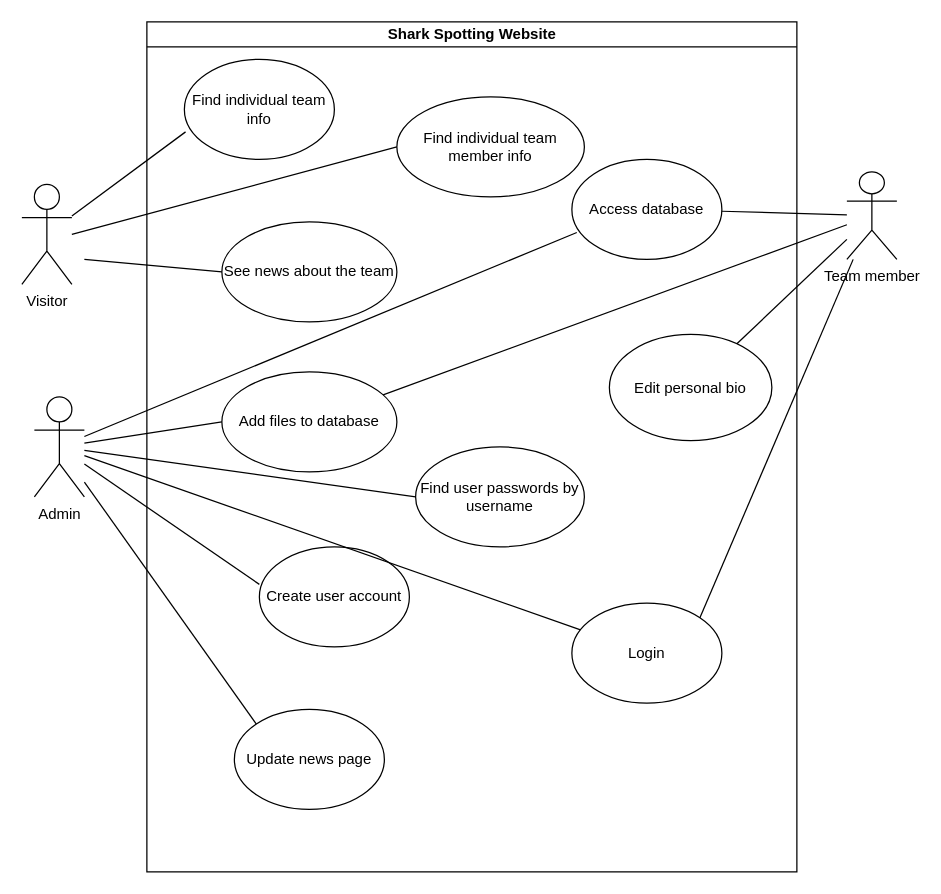
Earlier version of the draw.io diagram draw_files/Untitled Diagram.drawio (MariRosenwald/SharkSpottingWebsite). Source tidied: cells renumbered, new cells numbered last; positions are measured from the earlier drawing's top-left corner, leaving out a move shared by most shapes. Both pictures are drawn from the tidied source at 125%, with x=0, y=0 at pixel (21, 21).
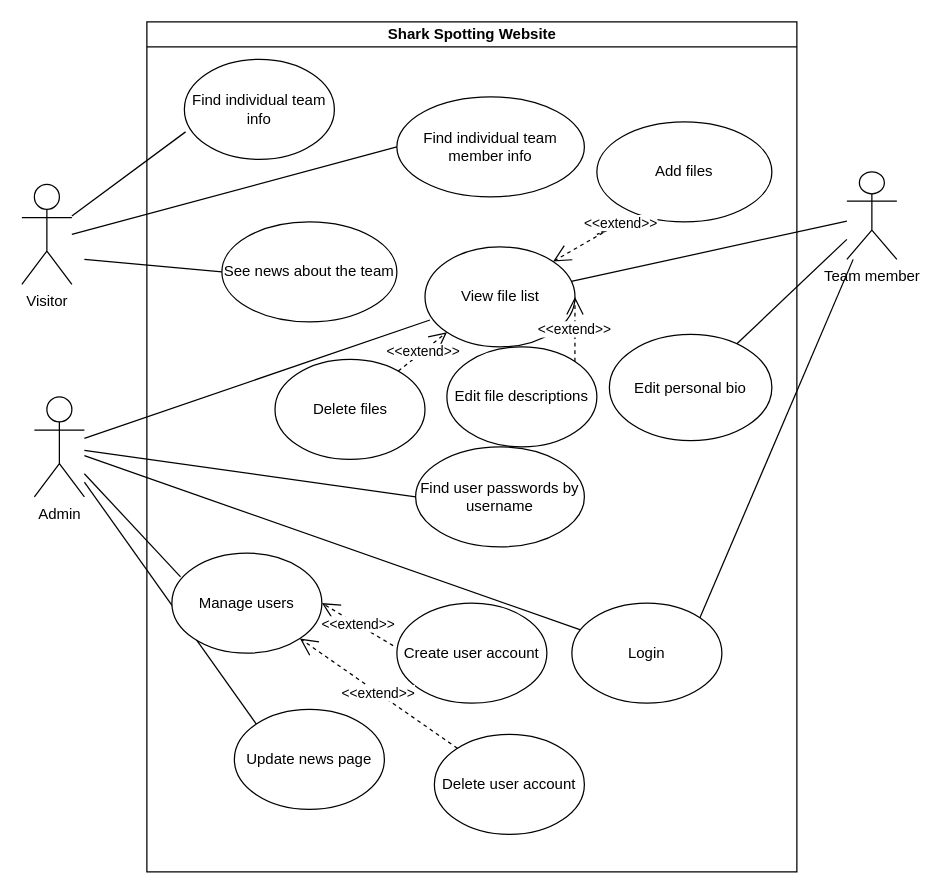
The same diagram, later.

Unchanged cells that the change refers to:
```xml
<mxCell id="2" value="Shark Spotting Website" style="swimlane;html=1;startSize=20;horizontal=1;containerType=tree;glass=0;" parent="1" vertex="1">
  <mxGeometry x="100" width="520" height="680" as="geometry" />
</mxCell>
<mxCell id="14" value="Admin" style="shape=umlActor;verticalLabelPosition=bottom;verticalAlign=top;html=1;outlineConnect=0;" parent="1" vertex="1">
  <mxGeometry x="10" y="300" width="40" height="80" as="geometry" />
</mxCell>
<mxCell id="18" value="Team member" style="shape=umlActor;verticalLabelPosition=bottom;verticalAlign=top;html=1;outlineConnect=0;" parent="1" vertex="1">
  <mxGeometry x="660" y="120" width="40" height="70" as="geometry" />
</mxCell>
```

The edit, as a diff of the source:
```diff
@@
-    <mxCell id="5" value="Add files to database" style="ellipse;whiteSpace=wrap;html=1;" parent="2" vertex="1">
-      <mxGeometry x="60" y="280" width="140" height="80" as="geometry" />
+    <mxCell id="5" value="Add files" style="ellipse;whiteSpace=wrap;html=1;" parent="2" vertex="1">
+      <mxGeometry x="360" y="80" width="140" height="80" as="geometry" />
     </mxCell>
     <mxCell id="6" value="Create user account" style="ellipse;whiteSpace=wrap;html=1;" parent="2" vertex="1">
-      <mxGeometry x="90" y="420" width="120" height="80" as="geometry" />
+      <mxGeometry x="200" y="465" width="120" height="80" as="geometry" />
     </mxCell>
@@
-    <mxCell id="8" value="Access database" style="ellipse;whiteSpace=wrap;html=1;" parent="2" vertex="1">
-      <mxGeometry x="340" y="110" width="120" height="80" as="geometry" />
+    <mxCell id="8" value="View file list" style="ellipse;whiteSpace=wrap;html=1;" parent="2" vertex="1">
+      <mxGeometry x="222.5" y="180" width="120" height="80" as="geometry" />
     </mxCell>
@@
+    <mxCell id="29" value="&amp;lt;&amp;lt;extend&amp;gt;&amp;gt;" style="endArrow=open;endSize=12;dashed=1;html=1;rounded=0;entryX=1;entryY=0;entryDx=0;entryDy=0;exitX=0.257;exitY=0.963;exitDx=0;exitDy=0;exitPerimeter=0;" parent="2" edge="1" source="5" target="8">
+      <mxGeometry relative="1" as="geometry">
+        <Array as="points">
+          <mxPoint x="360" y="170" />
+          <mxPoint x="380" y="160" />
+        </Array>
+      </mxGeometry>
+    </mxCell>
+    <mxCell id="30" value="Delete user account" style="ellipse;whiteSpace=wrap;html=1;" parent="2" vertex="1">
+      <mxGeometry x="230" y="570" width="120" height="80" as="geometry" />
+    </mxCell>
+    <mxCell id="31" value="Delete files" style="ellipse;whiteSpace=wrap;html=1;" parent="2" vertex="1">
+      <mxGeometry x="102.5" y="270" width="120" height="80" as="geometry" />
+    </mxCell>
+    <mxCell id="32" value="Edit file descriptions" style="ellipse;whiteSpace=wrap;html=1;" parent="2" vertex="1">
+      <mxGeometry x="240" y="260" width="120" height="80" as="geometry" />
+    </mxCell>
+    <mxCell id="33" value="&amp;lt;&amp;lt;extend&amp;gt;&amp;gt;" style="endArrow=open;endSize=12;dashed=1;html=1;rounded=0;entryX=0;entryY=1;entryDx=0;entryDy=0;" parent="2" edge="1" source="31" target="8">
+      <mxGeometry relative="1" as="geometry" />
+    </mxCell>
+    <mxCell id="34" value="&amp;lt;&amp;lt;extend&amp;gt;&amp;gt;" style="endArrow=open;endSize=12;dashed=1;html=1;rounded=0;exitX=1;exitY=0;exitDx=0;exitDy=0;entryX=1;entryY=0.5;entryDx=0;entryDy=0;" parent="2" edge="1" source="32" target="8">
+      <mxGeometry relative="1" as="geometry" />
+    </mxCell>
@@
-    <mxCell id="17" style="endArrow=none;html=1;rounded=0;entryX=0;entryY=0.5;entryDx=0;entryDy=0;" parent="1" edge="1" source="14" target="5">
-      <mxGeometry relative="1" as="geometry" />
-    </mxCell>
@@
-    <mxCell id="19" style="endArrow=none;html=1;rounded=0;exitX=0;exitY=0.375;exitDx=0;exitDy=0;exitPerimeter=0;" parent="1" edge="1" source="6" target="14">
-      <mxGeometry relative="1" as="geometry" />
-    </mxCell>
@@
-    <mxCell id="24" style="endArrow=none;html=1;rounded=0;" parent="1" edge="1" source="5" target="18">
-      <mxGeometry relative="1" as="geometry" />
-    </mxCell>
@@
+    <mxCell id="35" value="Manage users" style="ellipse;whiteSpace=wrap;html=1;" parent="1" vertex="1">
+      <mxGeometry x="120" y="425" width="120" height="80" as="geometry" />
+    </mxCell>
+    <mxCell id="36" style="endArrow=none;html=1;rounded=0;entryX=0.058;entryY=0.238;entryDx=0;entryDy=0;entryPerimeter=0;" parent="1" edge="1" source="14" target="35">
+      <mxGeometry relative="1" as="geometry" />
+    </mxCell>
+    <mxCell id="37" value="&amp;lt;&amp;lt;extend&amp;gt;&amp;gt;" style="endArrow=open;endSize=12;dashed=1;html=1;rounded=0;entryX=1;entryY=1;entryDx=0;entryDy=0;" parent="1" edge="1" source="30" target="35">
+      <mxGeometry relative="1" as="geometry" />
+    </mxCell>
+    <mxCell id="38" value="&amp;lt;&amp;lt;extend&amp;gt;&amp;gt;" style="endArrow=open;endSize=12;dashed=1;html=1;rounded=0;exitX=-0.025;exitY=0.425;exitDx=0;exitDy=0;exitPerimeter=0;entryX=1;entryY=0.5;entryDx=0;entryDy=0;" parent="1" edge="1" source="6" target="35">
+      <mxGeometry relative="1" as="geometry" />
+    </mxCell>
```
